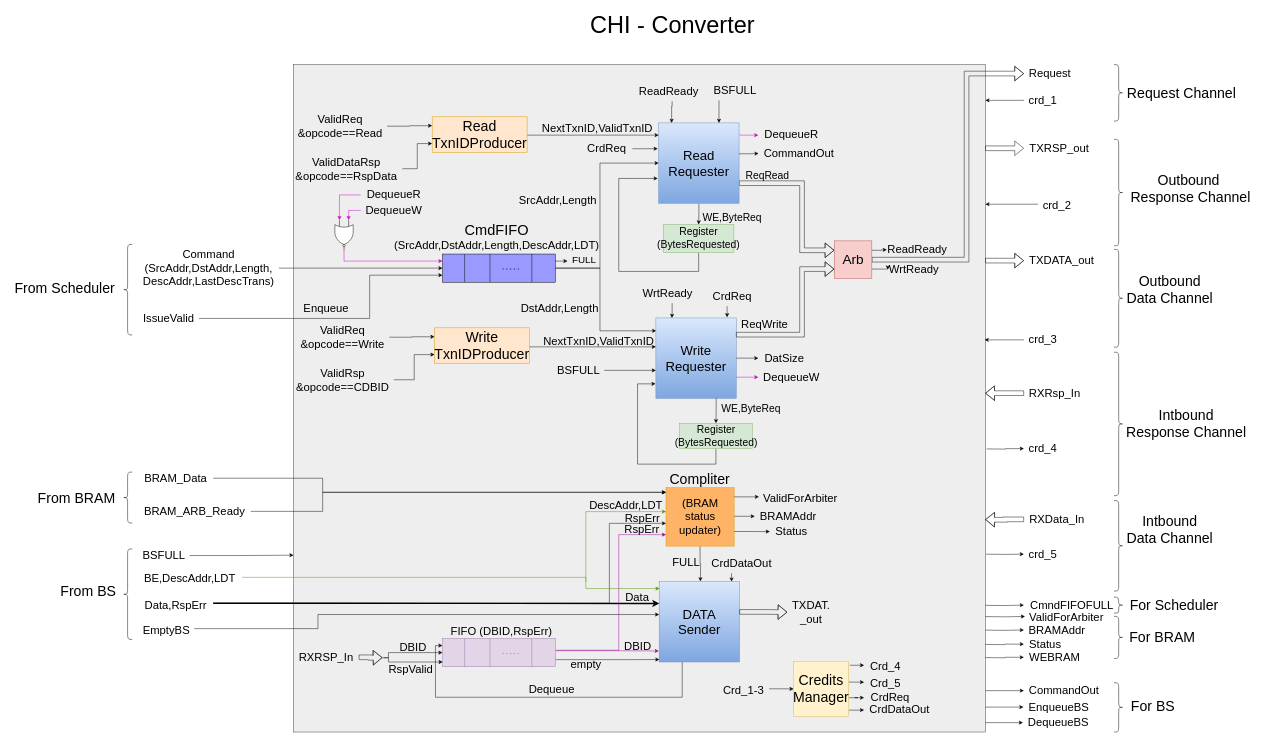
This is page "CHI-Converter Misaligned" (2 of 5) of chi-Doc-Draw/DMA/Drawings/chi-conv.drawio from akourkoulos/Chi-DMA, a draw.io file, before an edit. Source tidied: cells renumbered, new cells numbered last; positions are measured from the earlier drawing's top-left corner, leaving out a move shared by most shapes. Both pictures are drawn from the tidied source at 47%, with x=0, y=0 at pixel (8, 8).
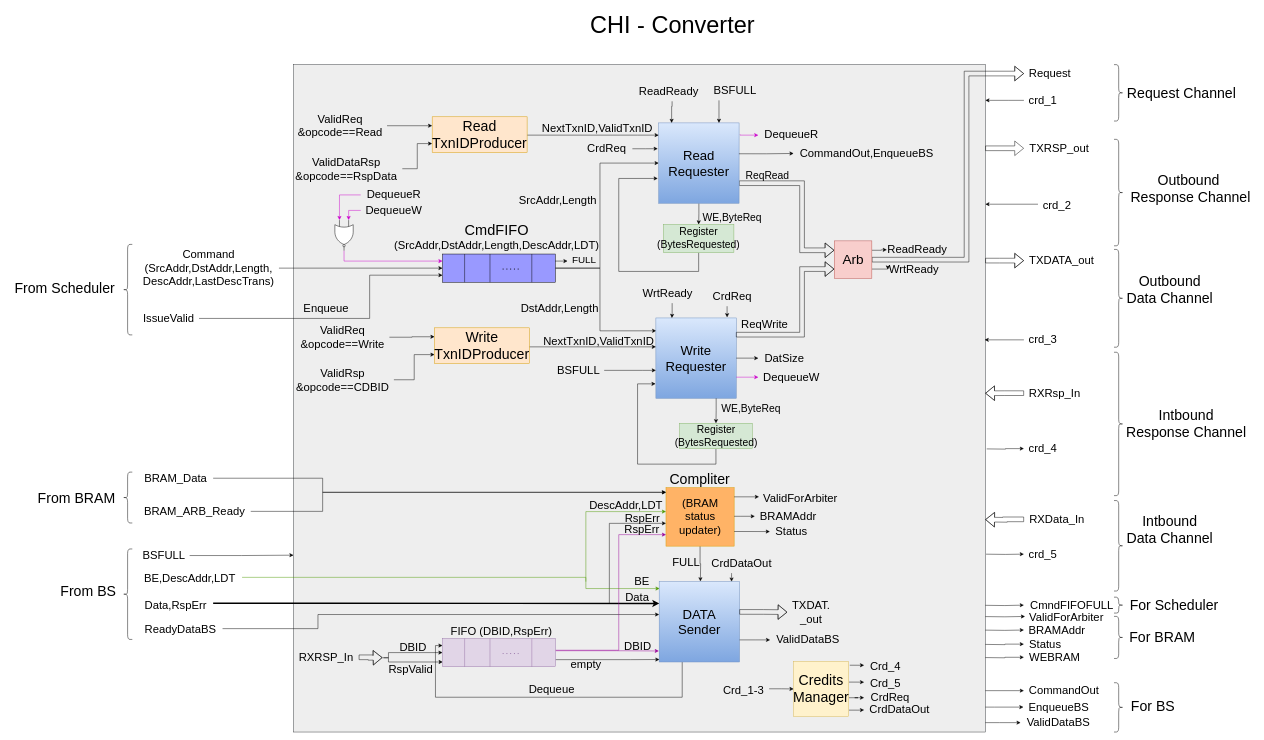
Above is the later version.

The change refers to these unchanged cells:
```xml
<mxCell id="18" value="Data,RspErr" style="text;html=1;align=center;verticalAlign=middle;points=[];strokeColor=none;fillColor=none;fontSize=24;" parent="1" vertex="1">
  <mxGeometry x="276" y="1250" width="160" height="40" as="geometry" />
</mxCell>
<mxCell id="40" value="&lt;font style=&quot;font-size: 28px;&quot;&gt;DATA&lt;br&gt;Sender&lt;br&gt;&lt;/font&gt;" style="whiteSpace=wrap;html=1;fontSize=17;fillColor=#dae8fc;strokeColor=#6c8ebf;gradientColor=#7ea6e0;" parent="1" vertex="1">
  <mxGeometry x="1385" y="1220" width="171" height="171" as="geometry" />
</mxCell>
<mxCell id="61" value="(BRAM status&lt;br&gt;updater)" style="rounded=0;whiteSpace=wrap;html=1;fontSize=24;fillColor=#FFB366;strokeColor=#d79b00;" parent="1" vertex="1">
  <mxGeometry x="1399.5" y="1020" width="145" height="124.5" as="geometry" />
</mxCell>
```

Change to the diagram source:
```diff
@@
-    <mxCell id="25" value="EmptyBS" style="text;html=1;align=center;verticalAlign=middle;points=[];strokeColor=none;fillColor=none;fontSize=24;" parent="1" vertex="1">
-      <mxGeometry x="276" y="1303" width="120" height="40" as="geometry" />
+    <mxCell id="25" value="ReadyDataBS" style="text;html=1;align=center;verticalAlign=middle;points=[];strokeColor=none;fillColor=none;fontSize=24;" parent="1" vertex="1">
+      <mxGeometry x="276" y="1301" width="180" height="40" as="geometry" />
     </mxCell>
@@
-    <mxCell id="62" style="edgeStyle=orthogonalEdgeStyle;rounded=0;jettySize=auto;html=1;strokeColor=#000000;strokeWidth=1;fontSize=24;" parent="1" edge="1" source="18" target="61">
+    <mxCell id="62" style="edgeStyle=orthogonalEdgeStyle;rounded=0;jettySize=auto;html=1;strokeColor=#000000;strokeWidth=1;fontSize=24;startArrow=none;" parent="1" edge="1" target="61">
       <mxGeometry relative="1" as="geometry">
+        <mxPoint x="1279" y="1266" as="sourcePoint" />
         <Array as="points">
           <mxPoint x="1279" y="1266" />
           <mxPoint x="1279" y="1096" />
         </Array>
       </mxGeometry>
     </mxCell>
@@
     <mxCell id="134" value="ValidReq&lt;br&gt;&amp;amp;opcode==Read" style="text;html=1;align=center;verticalAlign=middle;points=[];strokeColor=none;fillColor=none;fontSize=24;" parent="1" vertex="1">
-      <mxGeometry x="606" y="216" width="200" height="70" as="geometry" />
+      <mxGeometry x="606" y="215" width="200" height="70" as="geometry" />
     </mxCell>
@@
-    <mxCell id="184" value="&lt;font style=&quot;font-size: 24px;&quot;&gt;CommandOut&lt;/font&gt;" style="text;html=1;align=center;verticalAlign=middle;points=[];strokeColor=none;fillColor=none;" parent="1" vertex="1">
-      <mxGeometry x="1596.5" y="289" width="170" height="40" as="geometry" />
+    <mxCell id="184" value="&lt;font style=&quot;font-size: 24px;&quot;&gt;CommandOut,EnqueueBS&lt;/font&gt;" style="text;html=1;align=center;verticalAlign=middle;points=[];strokeColor=none;fillColor=none;" parent="1" vertex="1">
+      <mxGeometry x="1671" y="289" width="310" height="40" as="geometry" />
     </mxCell>
@@
-    <mxCell id="202" value="&lt;font style=&quot;font-size: 24px;&quot;&gt;DequeueBS&lt;br&gt;&lt;/font&gt;" style="text;html=1;align=center;verticalAlign=middle;points=[];strokeColor=none;fillColor=none;" parent="1" vertex="1">
-      <mxGeometry x="2159" y="1500" width="150" height="40" as="geometry" />
+    <mxCell id="202" value="&lt;font style=&quot;font-size: 24px;&quot;&gt;ValidDataBS&lt;br&gt;&lt;/font&gt;" style="text;html=1;align=center;verticalAlign=middle;points=[];strokeColor=none;fillColor=none;" parent="1" vertex="1">
+      <mxGeometry x="2154" y="1500" width="160" height="40" as="geometry" />
     </mxCell>
+    <mxCell id="203" style="edgeStyle=orthogonalEdgeStyle;rounded=0;jettySize=auto;html=1;" parent="1" edge="1" source="40" target="204">
+      <mxGeometry relative="1" as="geometry">
+        <Array as="points">
+          <mxPoint x="1589" y="1344" />
+          <mxPoint x="1589" y="1344" />
+        </Array>
+      </mxGeometry>
+    </mxCell>
+    <mxCell id="204" value="&lt;font style=&quot;font-size: 24px;&quot;&gt;ValidDataBS&lt;br&gt;&lt;/font&gt;" style="text;html=1;align=center;verticalAlign=middle;points=[];strokeColor=none;fillColor=none;" parent="1" vertex="1">
+      <mxGeometry x="1621" y="1323.8" width="160" height="40" as="geometry" />
+    </mxCell>
+    <mxCell id="205" value="&lt;span style=&quot;font-size: 24px;&quot;&gt;BE&lt;/span&gt;" style="text;html=1;align=center;verticalAlign=middle;strokeColor=none;fillColor=none;" parent="1" vertex="1">
+      <mxGeometry x="1318" y="1200" width="60" height="40" as="geometry" />
+    </mxCell>
```
